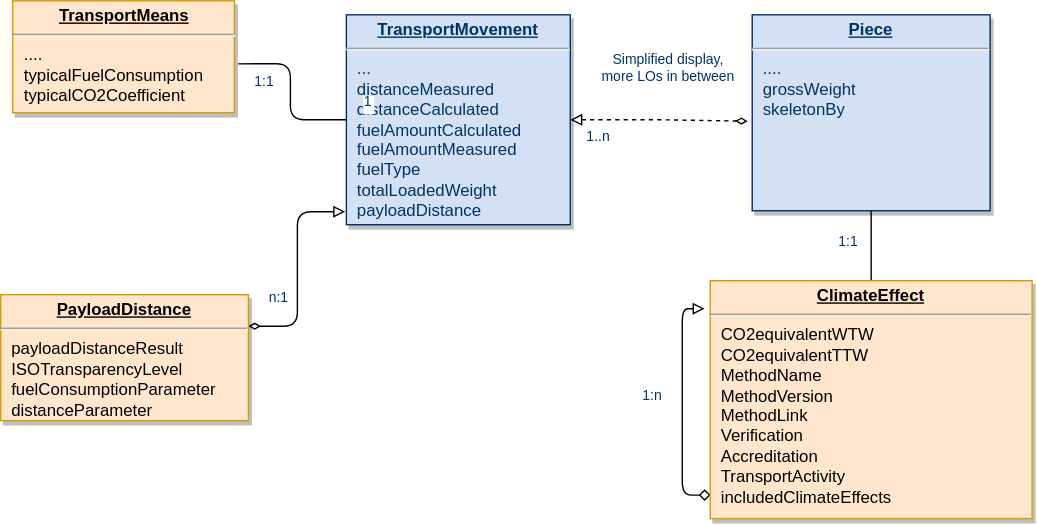
Earlier version of the draw.io export docs/dm.svg (DrPhilippBillion/Co2-Transparency-in-ONE-Record_for_2023_Hackathon). Source tidied: cells renumbered, new cells last; positions are measured from the earlier drawing's top-left corner, leaving out a move shared by most shapes.
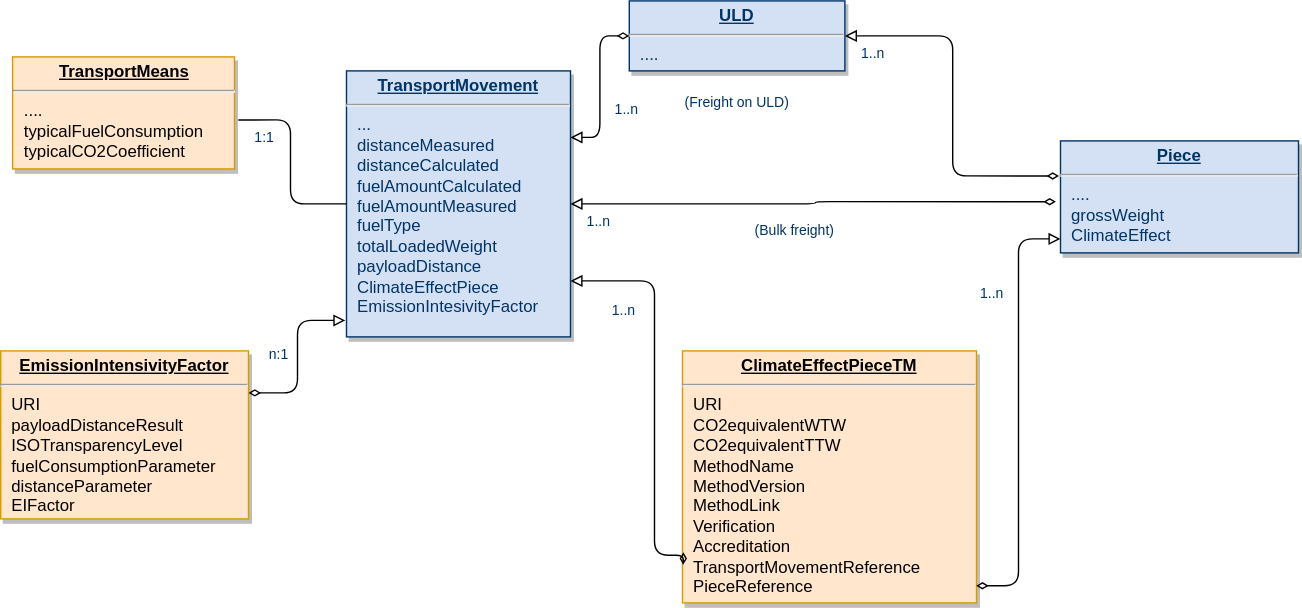
Later version of the same file.

What changed in the source:
```diff
@@ -2,13 +2,10 @@
   <root>
     <mxCell id="0" />
     <mxCell id="1" parent="0" />
-    <mxCell id="2" style="edgeStyle=orthogonalEdgeStyle;rounded=0;jettySize=auto;html=1;endArrow=none;endFill=0;" parent="1" edge="1" source="3" target="14">
-      <mxGeometry relative="1" as="geometry" />
-    </mxCell>
-    <mxCell id="3" value="&lt;p style=&quot;margin: 0px ; margin-top: 4px ; text-align: center ; text-decoration: underline&quot;&gt;&lt;strong&gt;Piece&lt;/strong&gt;&lt;/p&gt;&lt;hr&gt;&lt;p style=&quot;margin: 0px ; margin-left: 8px&quot;&gt;....&lt;/p&gt;&lt;p style=&quot;margin: 0px ; margin-left: 8px&quot;&gt;grossWeight&lt;/p&gt;&lt;p style=&quot;margin: 0px ; margin-left: 8px&quot;&gt;skeletonBy&lt;/p&gt;&lt;p style=&quot;margin: 0px ; margin-left: 8px&quot;&gt;&lt;br&gt;&lt;/p&gt;" style="verticalAlign=top;align=left;overflow=fill;fontSize=12;fontFamily=Helvetica;html=1;strokeColor=#003366;shadow=1;fillColor=#D4E1F5;fontColor=#003366;" parent="1" vertex="1">
-      <mxGeometry x="537" y="10" width="170" height="140" as="geometry" />
+    <mxCell id="3" value="&lt;p style=&quot;margin: 0px ; margin-top: 4px ; text-align: center ; text-decoration: underline&quot;&gt;&lt;strong&gt;Piece&lt;/strong&gt;&lt;/p&gt;&lt;hr&gt;&lt;p style=&quot;margin: 0px ; margin-left: 8px&quot;&gt;....&lt;/p&gt;&lt;p style=&quot;margin: 0px ; margin-left: 8px&quot;&gt;grossWeight&lt;/p&gt;&lt;p style=&quot;margin: 0px ; margin-left: 8px&quot;&gt;&lt;span style=&quot;background-color: initial;&quot;&gt;ClimateEffect&lt;/span&gt;&lt;br&gt;&lt;/p&gt;&lt;p style=&quot;margin: 0px ; margin-left: 8px&quot;&gt;&lt;br&gt;&lt;/p&gt;" style="verticalAlign=top;align=left;overflow=fill;fontSize=12;fontFamily=Helvetica;html=1;strokeColor=#003366;shadow=1;fillColor=#D4E1F5;fontColor=#003366;" parent="1" vertex="1">
+      <mxGeometry x="757" y="60" width="170" height="80" as="geometry" />
     </mxCell>
-    <mxCell id="4" style="endArrow=diamondThin;endSize=6;startArrow=block;startSize=6;startFill=0;edgeStyle=orthogonalEdgeStyle;exitX=1;exitY=0.5;exitDx=0;exitDy=0;endFill=0;dashed=1;entryX=-0.019;entryY=0.543;entryDx=0;entryDy=0;entryPerimeter=0;" parent="1" edge="1" source="6" target="3">
+    <mxCell id="4" style="endArrow=diamondThin;endSize=6;startArrow=block;startSize=6;startFill=0;edgeStyle=orthogonalEdgeStyle;exitX=1;exitY=0.5;exitDx=0;exitDy=0;endFill=0;entryX=-0.019;entryY=0.543;entryDx=0;entryDy=0;entryPerimeter=0;" parent="1" edge="1" source="6" target="3">
       <mxGeometry x="893" y="360" as="geometry" />
     </mxCell>
     <mxCell id="5" value="1..n" style="align=left;verticalAlign=top;labelBackgroundColor=#ffffff;fontSize=10;strokeColor=#003366;shadow=1;fillColor=#D4E1F5;fontColor=#003366;" parent="4" vertex="1">
@@ -16,8 +13,8 @@
         <mxPoint x="10" as="offset" />
       </mxGeometry>
     </mxCell>
-    <mxCell id="6" value="&lt;p style=&quot;margin: 0px ; margin-top: 4px ; text-align: center ; text-decoration: underline&quot;&gt;&lt;strong&gt;TransportMovement&lt;/strong&gt;&lt;/p&gt;&lt;hr&gt;&lt;p style=&quot;margin: 0px ; margin-left: 8px&quot;&gt;...&lt;/p&gt;&lt;p style=&quot;margin: 0px ; margin-left: 8px&quot;&gt;distanceMeasured&lt;/p&gt;&lt;p style=&quot;margin: 0px ; margin-left: 8px&quot;&gt;distanceCalculated&lt;/p&gt;&lt;p style=&quot;margin: 0px ; margin-left: 8px&quot;&gt;fuelAmountCalculated&lt;/p&gt;&lt;p style=&quot;margin: 0px ; margin-left: 8px&quot;&gt;fuelAmountMeasured&lt;/p&gt;&lt;p style=&quot;margin: 0px ; margin-left: 8px&quot;&gt;fuelType&lt;/p&gt;&lt;p style=&quot;margin: 0px ; margin-left: 8px&quot;&gt;totalLoadedWeight&lt;/p&gt;&lt;p style=&quot;margin: 0px ; margin-left: 8px&quot;&gt;payloadDistance&lt;/p&gt;" style="verticalAlign=top;align=left;overflow=fill;fontSize=12;fontFamily=Helvetica;html=1;strokeColor=#003366;shadow=1;fillColor=#D4E1F5;fontColor=#003366;" parent="1" vertex="1">
-      <mxGeometry x="247" y="10" width="160" height="150" as="geometry" />
+    <mxCell id="6" value="&lt;p style=&quot;margin: 0px ; margin-top: 4px ; text-align: center ; text-decoration: underline&quot;&gt;&lt;strong&gt;TransportMovement&lt;/strong&gt;&lt;/p&gt;&lt;hr&gt;&lt;p style=&quot;margin: 0px ; margin-left: 8px&quot;&gt;...&lt;/p&gt;&lt;p style=&quot;margin: 0px ; margin-left: 8px&quot;&gt;distanceMeasured&lt;/p&gt;&lt;p style=&quot;margin: 0px ; margin-left: 8px&quot;&gt;distanceCalculated&lt;/p&gt;&lt;p style=&quot;margin: 0px ; margin-left: 8px&quot;&gt;fuelAmountCalculated&lt;/p&gt;&lt;p style=&quot;margin: 0px ; margin-left: 8px&quot;&gt;fuelAmountMeasured&lt;/p&gt;&lt;p style=&quot;margin: 0px ; margin-left: 8px&quot;&gt;fuelType&lt;/p&gt;&lt;p style=&quot;margin: 0px ; margin-left: 8px&quot;&gt;totalLoadedWeight&lt;/p&gt;&lt;p style=&quot;margin: 0px ; margin-left: 8px&quot;&gt;payloadDistance&lt;/p&gt;&lt;p style=&quot;margin: 0px ; margin-left: 8px&quot;&gt;ClimateEffectPiece&lt;/p&gt;&lt;p style=&quot;margin: 0px ; margin-left: 8px&quot;&gt;EmissionIntesivityFactor&lt;/p&gt;" style="verticalAlign=top;align=left;overflow=fill;fontSize=12;fontFamily=Helvetica;html=1;strokeColor=#003366;shadow=1;fillColor=#D4E1F5;fontColor=#003366;" parent="1" vertex="1">
+      <mxGeometry x="247" y="10" width="160" height="190" as="geometry" />
     </mxCell>
     <mxCell id="7" value="&lt;p style=&quot;margin: 0px ; margin-top: 4px ; text-align: center ; text-decoration: underline&quot;&gt;&lt;strong&gt;TransportMeans&lt;/strong&gt;&lt;/p&gt;&lt;hr&gt;&lt;p style=&quot;margin: 0px ; margin-left: 8px&quot;&gt;....&lt;/p&gt;&lt;p style=&quot;margin: 0px ; margin-left: 8px&quot;&gt;typicalFuelConsumption&lt;/p&gt;&lt;p style=&quot;margin: 0px ; margin-left: 8px&quot;&gt;typicalCO2Coefficient&lt;/p&gt;" style="verticalAlign=top;align=left;overflow=fill;fontSize=12;fontFamily=Helvetica;html=1;strokeColor=#d79b00;shadow=1;fillColor=#ffe6cc;" parent="1" vertex="1">
       <mxGeometry x="8.5" width="158.5" height="80" as="geometry" />
@@ -30,36 +27,68 @@
         <mxPoint x="10" as="offset" />
       </mxGeometry>
     </mxCell>
-    <mxCell id="10" value="1" style="align=right;verticalAlign=top;labelBackgroundColor=#ffffff;fontSize=10;strokeColor=#003366;shadow=1;fillColor=#D4E1F5;fontColor=#003366;" parent="8" vertex="1">
-      <mxGeometry x="1" relative="1" as="geometry">
-        <mxPoint x="20" y="-25" as="offset" />
-      </mxGeometry>
-    </mxCell>
     <mxCell id="11" style="edgeStyle=orthogonalEdgeStyle;jettySize=auto;html=1;exitX=1;exitY=0.25;exitDx=0;exitDy=0;entryX=-0.005;entryY=0.938;entryDx=0;entryDy=0;entryPerimeter=0;startArrow=diamondThin;startFill=0;endArrow=block;endFill=0;" parent="1" edge="1" source="12" target="6">
       <mxGeometry relative="1" as="geometry" />
     </mxCell>
-    <mxCell id="12" value="&lt;p style=&quot;margin: 0px ; margin-top: 4px ; text-align: center ; text-decoration: underline&quot;&gt;&lt;b&gt;PayloadDistance&lt;/b&gt;&lt;/p&gt;&lt;hr&gt;&lt;p style=&quot;margin: 0px ; margin-left: 8px&quot;&gt;payloadDistanceResult&lt;/p&gt;&lt;p style=&quot;margin: 0px ; margin-left: 8px&quot;&gt;ISOTransparencyLevel&lt;/p&gt;&lt;p style=&quot;margin: 0px ; margin-left: 8px&quot;&gt;fuelConsumptionParameter&lt;/p&gt;&lt;p style=&quot;margin: 0px ; margin-left: 8px&quot;&gt;distanceParameter&lt;/p&gt;" style="verticalAlign=top;align=left;overflow=fill;fontSize=12;fontFamily=Helvetica;html=1;strokeColor=#d79b00;shadow=1;fillColor=#ffe6cc;" parent="1" vertex="1">
-      <mxGeometry y="210" width="177" height="90" as="geometry" />
+    <mxCell id="12" value="&lt;p style=&quot;margin: 0px ; margin-top: 4px ; text-align: center ; text-decoration: underline&quot;&gt;&lt;b&gt;EmissionIntensivityFactor&lt;/b&gt;&lt;/p&gt;&lt;hr&gt;&lt;p style=&quot;margin: 0px ; margin-left: 8px&quot;&gt;URI&lt;/p&gt;&lt;p style=&quot;margin: 0px ; margin-left: 8px&quot;&gt;payloadDistanceResult&lt;/p&gt;&lt;p style=&quot;margin: 0px ; margin-left: 8px&quot;&gt;ISOTransparencyLevel&lt;/p&gt;&lt;p style=&quot;margin: 0px ; margin-left: 8px&quot;&gt;fuelConsumptionParameter&lt;/p&gt;&lt;p style=&quot;margin: 0px ; margin-left: 8px&quot;&gt;distanceParameter&lt;/p&gt;&lt;p style=&quot;margin: 0px ; margin-left: 8px&quot;&gt;EIFactor&lt;/p&gt;" style="verticalAlign=top;align=left;overflow=fill;fontSize=12;fontFamily=Helvetica;html=1;strokeColor=#d79b00;shadow=1;fillColor=#ffe6cc;" parent="1" vertex="1">
+      <mxGeometry y="210" width="177" height="120" as="geometry" />
     </mxCell>
-    <mxCell id="13" style="edgeStyle=orthogonalEdgeStyle;jettySize=auto;html=1;exitX=0.001;exitY=0.901;exitDx=0;exitDy=0;startArrow=diamond;startFill=0;endArrow=block;endFill=0;startSize=6;endSize=6;exitPerimeter=0;" parent="1" edge="1" source="14">
-      <mxGeometry relative="1" as="geometry">
-        <mxPoint x="503" y="220" as="targetPoint" />
-      </mxGeometry>
-    </mxCell>
-    <mxCell id="14" value="&lt;p style=&quot;margin: 0px ; margin-top: 4px ; text-align: center ; text-decoration: underline&quot;&gt;&lt;b&gt;ClimateEffect&lt;/b&gt;&lt;/p&gt;&lt;hr&gt;&lt;p style=&quot;margin: 0px ; margin-left: 8px&quot;&gt;&lt;span&gt;CO2equivalentWTW&lt;/span&gt;&lt;/p&gt;&lt;p style=&quot;margin: 0px ; margin-left: 8px&quot;&gt;CO2equivalentTTW&lt;span&gt;&lt;br&gt;&lt;/span&gt;&lt;/p&gt;&lt;p style=&quot;margin: 0px ; margin-left: 8px&quot;&gt;&lt;span&gt;MethodName&lt;/span&gt;&lt;br&gt;&lt;/p&gt;&lt;p style=&quot;margin: 0px ; margin-left: 8px&quot;&gt;&lt;span&gt;MethodVersion&lt;/span&gt;&lt;/p&gt;&lt;p style=&quot;margin: 0px ; margin-left: 8px&quot;&gt;MethodLink&lt;/p&gt;&lt;p style=&quot;margin: 0px ; margin-left: 8px&quot;&gt;Verification&lt;/p&gt;&lt;p style=&quot;margin: 0px ; margin-left: 8px&quot;&gt;Accreditation&lt;/p&gt;&lt;p style=&quot;margin: 0px ; margin-left: 8px&quot;&gt;TransportActivity&lt;/p&gt;&lt;p style=&quot;margin: 0px ; margin-left: 8px&quot;&gt;includedClimateEffects&lt;/p&gt;" style="verticalAlign=top;align=left;overflow=fill;fontSize=12;fontFamily=Helvetica;html=1;strokeColor=#d79b00;shadow=1;fillColor=#ffe6cc;" parent="1" vertex="1">
-      <mxGeometry x="507" y="200" width="230" height="170" as="geometry" />
+    <mxCell id="14" value="&lt;p style=&quot;margin: 0px ; margin-top: 4px ; text-align: center ; text-decoration: underline&quot;&gt;&lt;b&gt;ClimateEffectPieceTM&lt;/b&gt;&lt;/p&gt;&lt;hr&gt;&lt;p style=&quot;margin: 0px ; margin-left: 8px&quot;&gt;&lt;span&gt;URI&lt;/span&gt;&lt;/p&gt;&lt;p style=&quot;margin: 0px ; margin-left: 8px&quot;&gt;&lt;span&gt;CO2equivalentWTW&lt;/span&gt;&lt;/p&gt;&lt;p style=&quot;margin: 0px ; margin-left: 8px&quot;&gt;CO2equivalentTTW&lt;span&gt;&lt;br&gt;&lt;/span&gt;&lt;/p&gt;&lt;p style=&quot;margin: 0px ; margin-left: 8px&quot;&gt;&lt;span&gt;MethodName&lt;/span&gt;&lt;br&gt;&lt;/p&gt;&lt;p style=&quot;margin: 0px ; margin-left: 8px&quot;&gt;&lt;span&gt;MethodVersion&lt;/span&gt;&lt;/p&gt;&lt;p style=&quot;margin: 0px ; margin-left: 8px&quot;&gt;MethodLink&lt;/p&gt;&lt;p style=&quot;margin: 0px ; margin-left: 8px&quot;&gt;Verification&lt;/p&gt;&lt;p style=&quot;margin: 0px ; margin-left: 8px&quot;&gt;Accreditation&lt;/p&gt;&lt;p style=&quot;margin: 0px ; margin-left: 8px&quot;&gt;TransportMovementReference&lt;/p&gt;&lt;p style=&quot;margin: 0px ; margin-left: 8px&quot;&gt;PieceReference&lt;/p&gt;" style="verticalAlign=top;align=left;overflow=fill;fontSize=12;fontFamily=Helvetica;html=1;strokeColor=#d79b00;shadow=1;fillColor=#ffe6cc;" parent="1" vertex="1">
+      <mxGeometry x="487" y="210" width="210" height="180" as="geometry" />
     </mxCell>
     <mxCell id="15" value="n:1" style="align=left;verticalAlign=top;labelBackgroundColor=#ffffff;fontSize=10;strokeColor=#003366;shadow=1;fillColor=#D4E1F5;fontColor=#003366;" parent="1" vertex="1">
       <mxGeometry x="190" y="200" as="geometry" />
     </mxCell>
-    <mxCell id="16" value="Simplified display, &#10;more LOs in between" style="align=center;verticalAlign=top;labelBackgroundColor=#ffffff;fontSize=10;strokeColor=#003366;shadow=1;fillColor=#D4E1F5;fontColor=#003366;" parent="1" vertex="1">
-      <mxGeometry x="477" y="30" as="geometry" />
-    </mxCell>
-    <mxCell id="17" value="1:1" style="align=left;verticalAlign=top;labelBackgroundColor=#ffffff;fontSize=10;strokeColor=#003366;shadow=1;fillColor=#D4E1F5;fontColor=#003366;" parent="1" vertex="1">
-      <mxGeometry x="597" y="160" as="geometry" />
-    </mxCell>
-    <mxCell id="18" value="1:n" style="align=left;verticalAlign=top;labelBackgroundColor=#ffffff;fontSize=10;strokeColor=#003366;shadow=1;fillColor=#D4E1F5;fontColor=#003366;" parent="1" vertex="1">
-      <mxGeometry x="457" y="270" as="geometry" />
-    </mxCell>
+    <mxCell id="19" style="edgeStyle=orthogonalEdgeStyle;rounded=0;orthogonalLoop=1;jettySize=auto;html=1;exitX=0.5;exitY=1;exitDx=0;exitDy=0;" parent="1" edge="1" source="6" target="6">
+      <mxGeometry relative="1" as="geometry" />
+    </mxCell>
+    <mxCell id="20" style="endArrow=diamondThin;endSize=6;startArrow=block;startSize=6;startFill=0;edgeStyle=orthogonalEdgeStyle;endFill=0;entryX=0.999;entryY=0.932;entryDx=0;entryDy=0;entryPerimeter=0;" parent="1" edge="1" target="14">
+      <mxGeometry x="1243" y="485" as="geometry">
+        <mxPoint x="757" y="130" as="sourcePoint" />
+      </mxGeometry>
+    </mxCell>
+    <mxCell id="21" value="1..n" style="align=left;verticalAlign=top;labelBackgroundColor=#ffffff;fontSize=10;strokeColor=#003366;shadow=1;fillColor=#D4E1F5;fontColor=#003366;" parent="20" vertex="1">
+      <mxGeometry x="-1" relative="1" as="geometry">
+        <mxPoint x="-59" y="27" as="offset" />
+      </mxGeometry>
+    </mxCell>
+    <mxCell id="22" value="&lt;p style=&quot;margin: 0px ; margin-top: 4px ; text-align: center ; text-decoration: underline&quot;&gt;&lt;strong&gt;ULD&lt;/strong&gt;&lt;/p&gt;&lt;hr&gt;&lt;p style=&quot;margin: 0px ; margin-left: 8px&quot;&gt;....&lt;/p&gt;&lt;p style=&quot;margin: 0px ; margin-left: 8px&quot;&gt;&lt;br&gt;&lt;/p&gt;&lt;p style=&quot;margin: 0px ; margin-left: 8px&quot;&gt;&lt;br&gt;&lt;/p&gt;" style="verticalAlign=top;align=left;overflow=fill;fontSize=12;fontFamily=Helvetica;html=1;strokeColor=#003366;shadow=1;fillColor=#D4E1F5;fontColor=#003366;" parent="1" vertex="1">
+      <mxGeometry x="449" y="-40" width="154" height="50" as="geometry" />
+    </mxCell>
+    <mxCell id="23" style="endArrow=diamondThin;endSize=6;startArrow=block;startSize=6;startFill=0;edgeStyle=orthogonalEdgeStyle;exitX=1;exitY=0.25;exitDx=0;exitDy=0;endFill=0;" parent="1" edge="1" source="6" target="22">
+      <mxGeometry x="903" y="370" as="geometry" />
+    </mxCell>
+    <mxCell id="24" value="1..n" style="align=left;verticalAlign=top;labelBackgroundColor=#ffffff;fontSize=10;strokeColor=#003366;shadow=1;fillColor=#D4E1F5;fontColor=#003366;" parent="23" vertex="1">
+      <mxGeometry x="-1" relative="1" as="geometry">
+        <mxPoint x="30" y="-32" as="offset" />
+      </mxGeometry>
+    </mxCell>
+    <mxCell id="25" style="endArrow=diamondThin;endSize=6;startArrow=block;startSize=6;startFill=0;edgeStyle=orthogonalEdgeStyle;endFill=0;entryX=-0.006;entryY=0.313;entryDx=0;entryDy=0;entryPerimeter=0;" parent="1" edge="1" source="22" target="3">
+      <mxGeometry x="913" y="380" as="geometry" />
+    </mxCell>
+    <mxCell id="26" value="1..n" style="align=left;verticalAlign=top;labelBackgroundColor=#ffffff;fontSize=10;strokeColor=#003366;shadow=1;fillColor=#D4E1F5;fontColor=#003366;" parent="25" vertex="1">
+      <mxGeometry x="-1" relative="1" as="geometry">
+        <mxPoint x="10" as="offset" />
+      </mxGeometry>
+    </mxCell>
+    <mxCell id="27" style="endArrow=diamondThin;endSize=6;startArrow=block;startSize=6;startFill=0;edgeStyle=orthogonalEdgeStyle;endFill=0;entryX=0.003;entryY=0.799;entryDx=0;entryDy=0;entryPerimeter=0;" parent="1" edge="1" source="6" target="14">
+      <mxGeometry x="977.5" y="568.6" as="geometry">
+        <Array as="points">
+          <mxPoint x="467" y="160" />
+          <mxPoint x="467" y="356" />
+        </Array>
+      </mxGeometry>
+    </mxCell>
+    <mxCell id="28" value="1..n" style="align=left;verticalAlign=top;labelBackgroundColor=#ffffff;fontSize=10;strokeColor=#003366;shadow=1;fillColor=#D4E1F5;fontColor=#003366;" parent="27" vertex="1">
+      <mxGeometry x="-1" relative="1" as="geometry">
+        <mxPoint x="28" y="9" as="offset" />
+      </mxGeometry>
+    </mxCell>
+    <mxCell id="29" value="(Bulk freight)" style="align=left;verticalAlign=top;labelBackgroundColor=#ffffff;fontSize=10;strokeColor=#003366;shadow=1;fillColor=#D4E1F5;fontColor=#003366;" parent="1" vertex="1">
+      <mxGeometry x="537" y="112" as="geometry" />
+    </mxCell>
+    <mxCell id="30" value="(Freight on ULD)" style="align=left;verticalAlign=top;labelBackgroundColor=#ffffff;fontSize=10;strokeColor=#003366;shadow=1;fillColor=#D4E1F5;fontColor=#003366;" parent="1" vertex="1">
+      <mxGeometry x="487" y="20" as="geometry" />
+    </mxCell>
   </root>
 </mxGraphModel>
```
